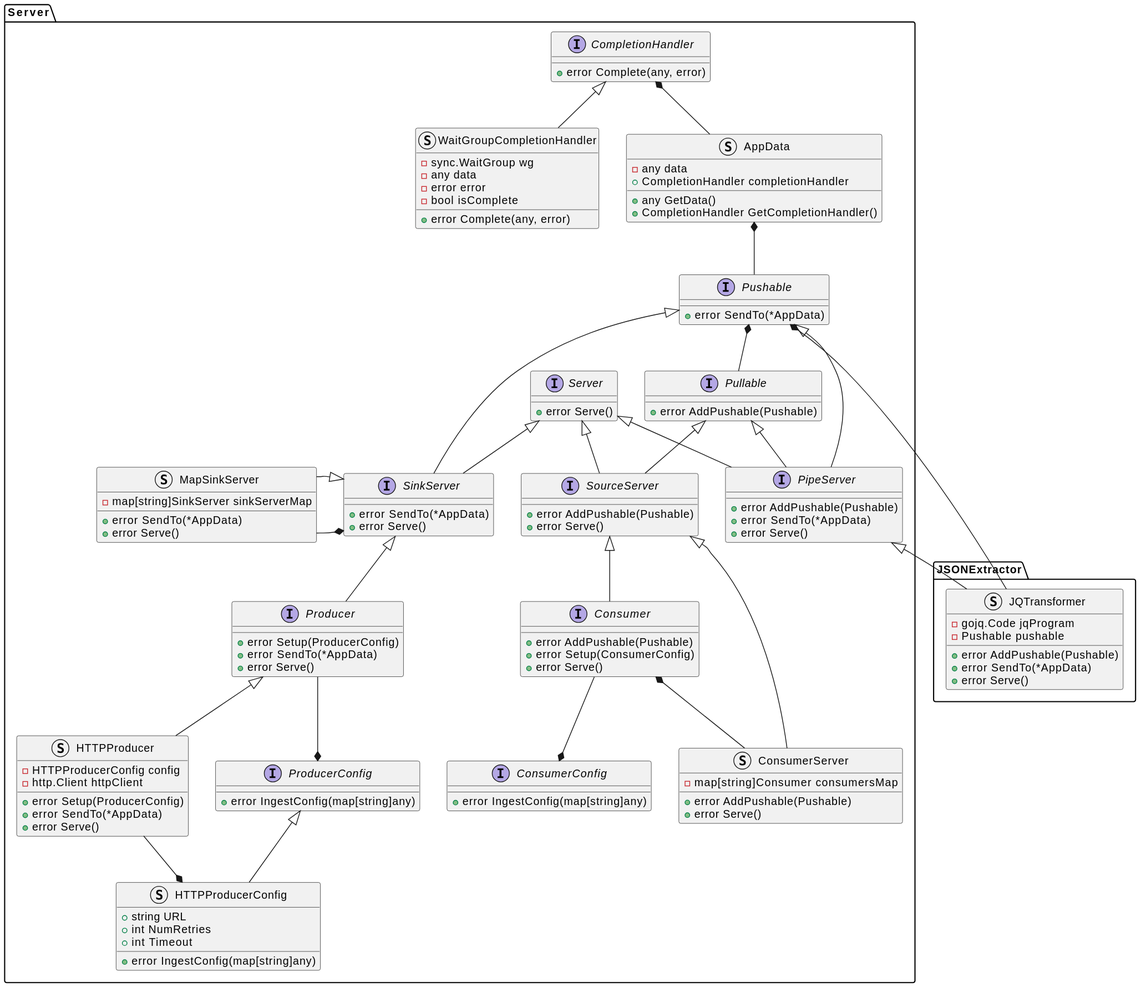
The PlantUML diagram docs/design_notes/DN1_JSON_Extractor/class_diagram.svg in xtuml/otel2pv, before a commit.
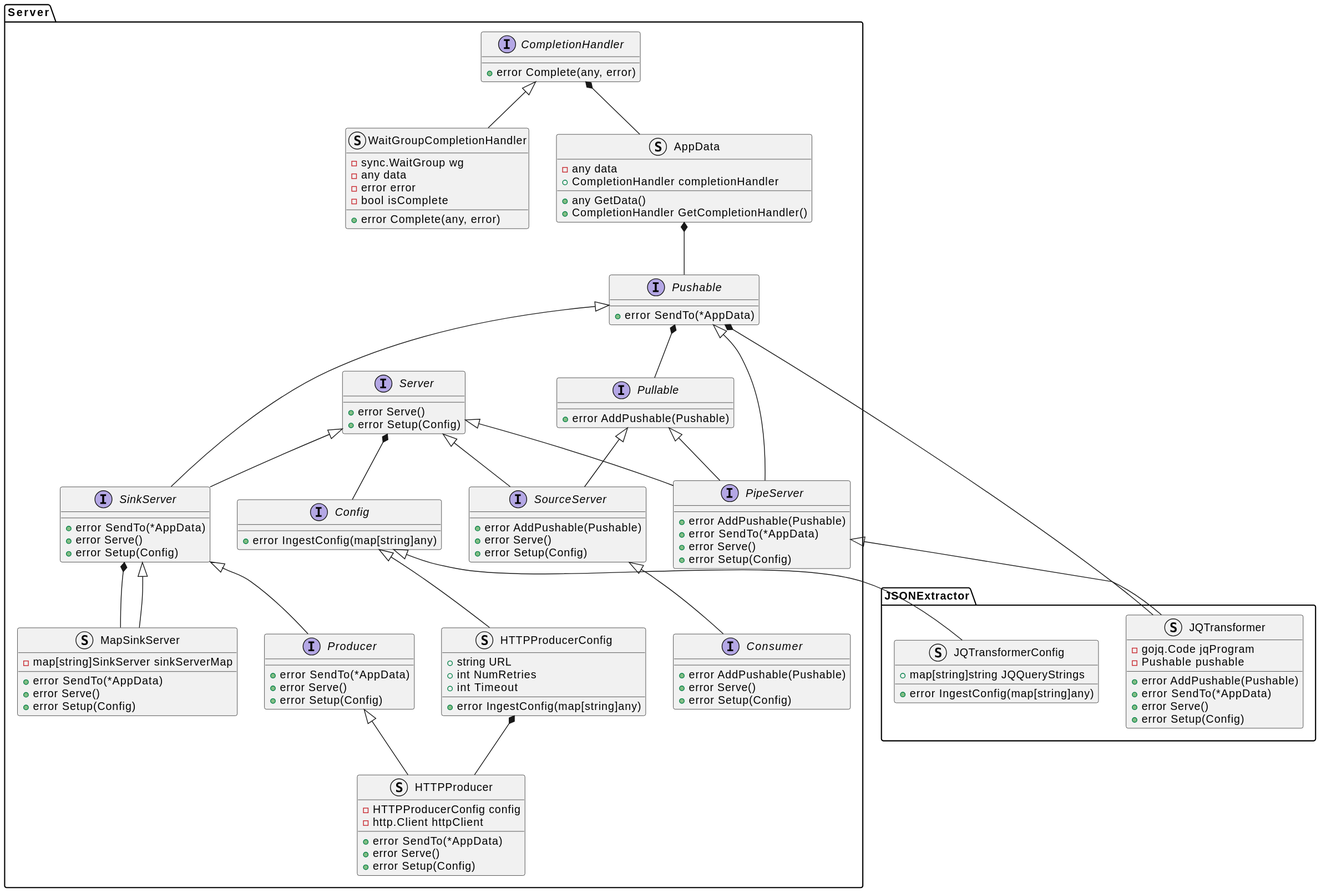
The same diagram one commit later.

Commit message:
Cdsopv 74 create config type for j qtransformer (#40)

Diff of the diagram source:
```diff
@@ -1,11 +1,16 @@
 @startuml
 namespace JSONExtractor {
+    struct JQTransformerConfig {
+        +map[string]string JQQueryStrings
+        +error IngestConfig(map[string]any)
+    }
     struct JQTransformer {
         -gojq.Code jqProgram
         -Pushable pushable
         +error AddPushable(Pushable)
         +error SendTo(*AppData)
         +error Serve()
+        +error Setup(Config)
     }
 }
 namespace Server {
@@ -27,6 +32,7 @@
     }
     interface Server {
         +error Serve()
+        +error Setup(Config)
     }
     interface Pullable {
         +error AddPushable(Pushable)
@@ -37,54 +43,49 @@
     interface SourceServer {
         +error AddPushable(Pushable)
         +error Serve()
+        +error Setup(Config)
     }
     interface SinkServer {
         +error SendTo(*AppData)
         +error Serve()
+        +error Setup(Config)
     }
     interface PipeServer {
         +error AddPushable(Pushable)
         +error SendTo(*AppData)
         +error Serve()
+        +error Setup(Config)
     }
     interface Producer {
-        +error Setup(ProducerConfig)
         +error SendTo(*AppData)
         +error Serve()
+        +error Setup(Config)
     }
     struct HTTPProducer {
         -HTTPProducerConfig config
         -http.Client httpClient
-        +error Setup(ProducerConfig)
         +error SendTo(*AppData)
         +error Serve()
+        +error Setup(Config)
     }
     interface Consumer {
         +error AddPushable(Pushable)
-        +error Setup(ConsumerConfig)
         +error Serve()
+        +error Setup(Config)
     }
     struct MapSinkServer {
         -map[string]SinkServer sinkServerMap
         +error SendTo(*AppData)
         +error Serve()
+        +error Setup(Config)
     }
-    struct ConsumerServer {
-        -map[string]Consumer consumersMap
-        +error AddPushable(Pushable)
-        +error Serve()
-    }
-    interface ProducerConfig {
+    interface Config {
         +error IngestConfig(map[string]any)
     }
     struct HTTPProducerConfig {
         +string URL
         +int NumRetries
         +int Timeout
-        +error IngestConfig(map[string]any)
-    }
-
-    interface ConsumerConfig {
         +error IngestConfig(map[string]any)
     }
 }
@@ -101,19 +102,17 @@
 Server.Server <|-- Server.PipeServer
 
 Server.SinkServer <|-- Server.Producer
-Server.SinkServer *-left- Server.MapSinkServer
-Server.SinkServer <|-left- Server.MapSinkServer
-Server.SourceServer <|-- Server.ConsumerServer
-Server.Consumer *-- Server.ConsumerServer
+Server.SinkServer *-- Server.MapSinkServer
+Server.SinkServer <|-- Server.MapSinkServer
 Server.SourceServer <|-- Server.Consumer
 
 Server.PipeServer <|-- JSONExtractor.JQTransformer
 Server.Pushable *-- JSONExtractor.JQTransformer
 
 
-Server.ConsumerConfig *-up- Server.Consumer
-Server.ProducerConfig *-up- Server.Producer
-Server.ProducerConfig <|-- Server.HTTPProducerConfig
+Server.Server *-- Server.Config
+Server.Config <|-- JSONExtractor.JQTransformerConfig
+Server.Config <|-- Server.HTTPProducerConfig
 Server.Producer <|-- Server.HTTPProducer
-Server.HTTPProducerConfig *-up- Server.HTTPProducer
+Server.HTTPProducerConfig *-- Server.HTTPProducer
 @enduml
```
